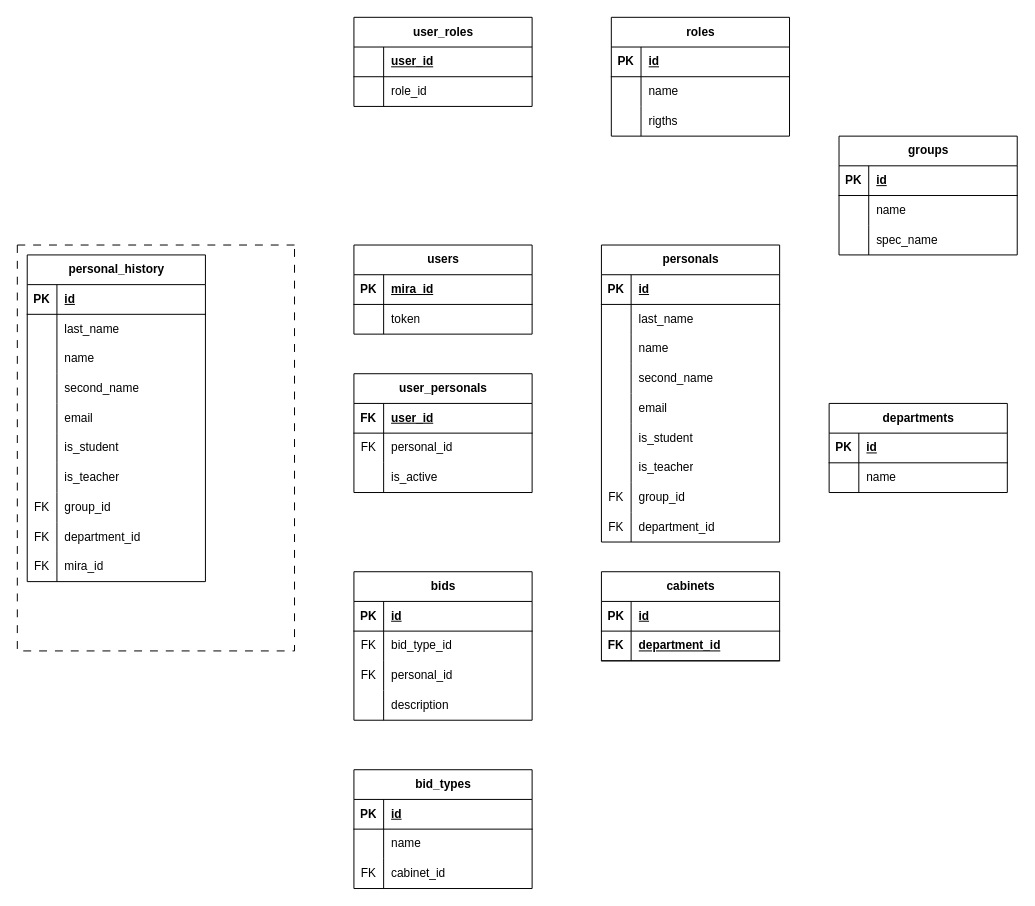
The draw.io diagram support_enitity.drawio in RiotRebellion/drawio-assets, before the edit. Source tidied: cells renumbered, new cells numbered last; positions are measured from the earlier drawing's top-left corner, leaving out a move shared by most shapes. Both pictures are drawn from the tidied source at 99%, with x=0, y=0 at pixel (17, 17).
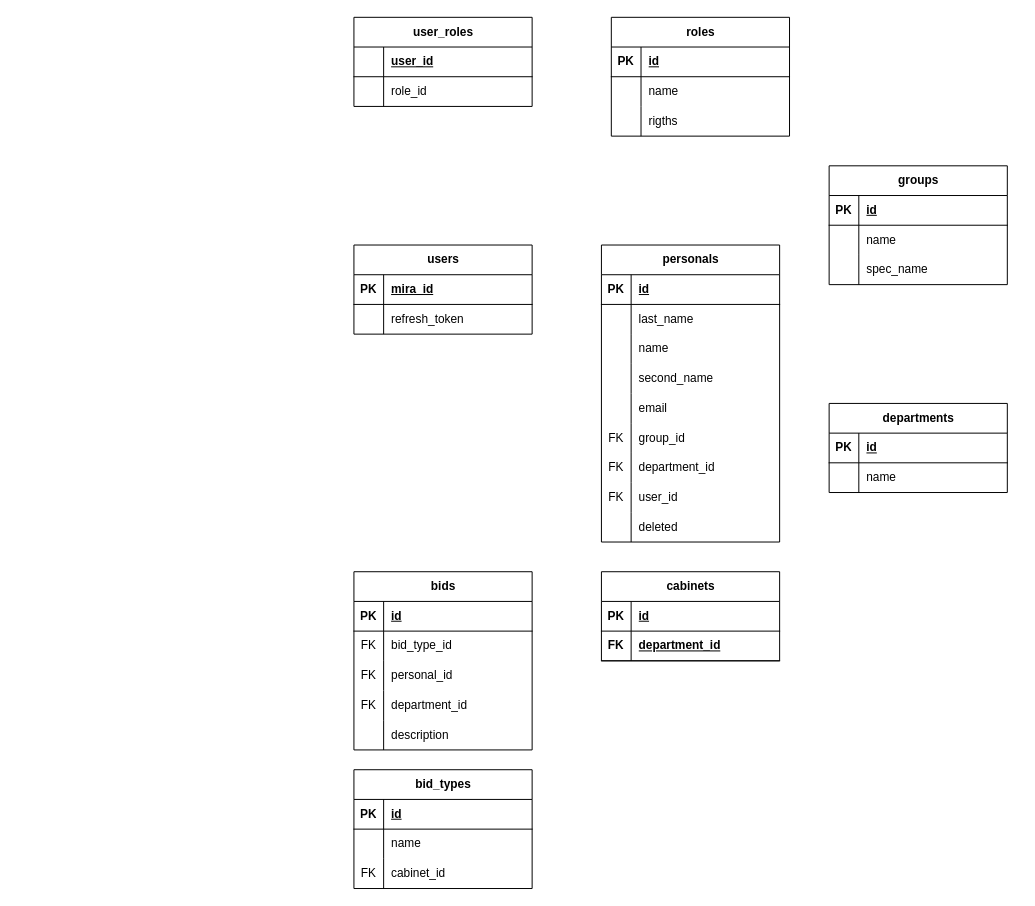
The same page after the edit.

The change refers to these unchanged cells:
```xml
<mxCell id="6" style="shape=tableRow;horizontal=0;startSize=0;swimlaneHead=0;swimlaneBody=0;fillColor=none;top=0;left=0;right=0;bottom=0;" parent="2" vertex="1">
  <mxGeometry y="60" width="180" height="30" as="geometry" />
</mxCell>
<mxCell id="9" value="personals" style="shape=table;startSize=30;childLayout=tableLayout;rowLines=0;fontStyle=1;align=center;html=1;" parent="1" vertex="1">
  <mxGeometry x="590" y="230" width="180" height="300" as="geometry" />
</mxCell>
```

Diff of the diagram source:
```diff
@@
-    <mxCell id="8" value="token" style="shape=partialRectangle;fillColor=none;top=0;left=0;bottom=0;right=0;align=left;spacingLeft=6;overflow=hidden;whiteSpace=wrap;html=1;" parent="6" vertex="1">
+    <mxCell id="8" value="refresh_token" style="shape=partialRectangle;fillColor=none;top=0;left=0;bottom=0;right=0;align=left;spacingLeft=6;overflow=hidden;whiteSpace=wrap;html=1;" parent="6" vertex="1">
       <mxGeometry x="30" width="150" height="30" as="geometry" />
     </mxCell>
@@
-    <mxCell id="25" style="shape=tableRow;horizontal=0;startSize=0;swimlaneHead=0;swimlaneBody=0;fillColor=none;top=0;left=0;right=0;bottom=0;" parent="9" vertex="1">
-      <mxGeometry y="180" width="180" height="30" as="geometry" />
-    </mxCell>
-    <mxCell id="26" style="shape=partialRectangle;fillColor=none;top=0;left=0;bottom=0;right=0;overflow=hidden;whiteSpace=wrap;html=1;" parent="25" vertex="1">
-      <mxGeometry width="30" height="30" as="geometry" />
-    </mxCell>
-    <mxCell id="27" value="is_student" style="shape=partialRectangle;fillColor=none;top=0;left=0;bottom=0;right=0;align=left;spacingLeft=6;overflow=hidden;whiteSpace=wrap;html=1;" parent="25" vertex="1">
-      <mxGeometry x="30" width="150" height="30" as="geometry" />
-    </mxCell>
-    <mxCell id="28" style="shape=tableRow;horizontal=0;startSize=0;swimlaneHead=0;swimlaneBody=0;fillColor=none;top=0;left=0;right=0;bottom=0;" parent="9" vertex="1">
-      <mxGeometry y="210" width="180" height="30" as="geometry" />
-    </mxCell>
-    <mxCell id="29" style="shape=partialRectangle;fillColor=none;top=0;left=0;bottom=0;right=0;overflow=hidden;whiteSpace=wrap;html=1;" parent="28" vertex="1">
-      <mxGeometry width="30" height="30" as="geometry" />
-    </mxCell>
-    <mxCell id="30" value="is_teacher" style="shape=partialRectangle;fillColor=none;top=0;left=0;bottom=0;right=0;align=left;spacingLeft=6;overflow=hidden;whiteSpace=wrap;html=1;" parent="28" vertex="1">
-      <mxGeometry x="30" width="150" height="30" as="geometry" />
-    </mxCell>
     <mxCell id="31" style="shape=tableRow;horizontal=0;startSize=0;swimlaneHead=0;swimlaneBody=0;fillColor=none;top=0;left=0;right=0;bottom=0;" parent="9" vertex="1">
-      <mxGeometry y="240" width="180" height="30" as="geometry" />
+      <mxGeometry y="180" width="180" height="30" as="geometry" />
     </mxCell>
@@
     <mxCell id="34" style="shape=tableRow;horizontal=0;startSize=0;swimlaneHead=0;swimlaneBody=0;fillColor=none;top=0;left=0;right=0;bottom=0;" parent="9" vertex="1">
-      <mxGeometry y="270" width="180" height="30" as="geometry" />
+      <mxGeometry y="210" width="180" height="30" as="geometry" />
     </mxCell>
@@
-    <mxCell id="37" value="personal_history" style="shape=table;startSize=30;childLayout=tableLayout;rowLines=0;fontStyle=1;align=center;html=1;" parent="1" vertex="1">
-      <mxGeometry x="10" y="240" width="180" height="330" as="geometry" />
-    </mxCell>
-    <mxCell id="38" style="shape=tableRow;horizontal=0;startSize=0;swimlaneHead=0;swimlaneBody=0;fillColor=none;top=0;left=0;right=0;bottom=1;" parent="37" vertex="1">
-      <mxGeometry y="30" width="180" height="30" as="geometry" />
-    </mxCell>
-    <mxCell id="39" value="PK" style="shape=partialRectangle;fillColor=none;top=0;left=0;bottom=0;right=0;fontStyle=1;overflow=hidden;whiteSpace=wrap;html=1;" parent="38" vertex="1">
-      <mxGeometry width="30" height="30" as="geometry" />
-    </mxCell>
-    <mxCell id="40" value="id" style="shape=partialRectangle;fillColor=none;top=0;left=0;bottom=0;right=0;align=left;spacingLeft=6;fontStyle=5;overflow=hidden;whiteSpace=wrap;html=1;" parent="38" vertex="1">
-      <mxGeometry x="30" width="150" height="30" as="geometry" />
-    </mxCell>
-    <mxCell id="41" style="shape=tableRow;horizontal=0;startSize=0;swimlaneHead=0;swimlaneBody=0;fillColor=none;top=0;left=0;right=0;bottom=0;" parent="37" vertex="1">
-      <mxGeometry y="60" width="180" height="30" as="geometry" />
-    </mxCell>
-    <mxCell id="42" style="shape=partialRectangle;fillColor=none;top=0;left=0;bottom=0;right=0;overflow=hidden;whiteSpace=wrap;html=1;" parent="41" vertex="1">
-      <mxGeometry width="30" height="30" as="geometry" />
-    </mxCell>
-    <mxCell id="43" value="last_name" style="shape=partialRectangle;fillColor=none;top=0;left=0;bottom=0;right=0;align=left;spacingLeft=6;overflow=hidden;whiteSpace=wrap;html=1;" parent="41" vertex="1">
-      <mxGeometry x="30" width="150" height="30" as="geometry" />
-    </mxCell>
-    <mxCell id="44" style="shape=tableRow;horizontal=0;startSize=0;swimlaneHead=0;swimlaneBody=0;fillColor=none;top=0;left=0;right=0;bottom=0;" parent="37" vertex="1">
-      <mxGeometry y="90" width="180" height="30" as="geometry" />
-    </mxCell>
-    <mxCell id="45" style="shape=partialRectangle;fillColor=none;top=0;left=0;bottom=0;right=0;overflow=hidden;whiteSpace=wrap;html=1;" parent="44" vertex="1">
-      <mxGeometry width="30" height="30" as="geometry" />
-    </mxCell>
-    <mxCell id="46" value="name" style="shape=partialRectangle;fillColor=none;top=0;left=0;bottom=0;right=0;align=left;spacingLeft=6;overflow=hidden;whiteSpace=wrap;html=1;" parent="44" vertex="1">
-      <mxGeometry x="30" width="150" height="30" as="geometry" />
-    </mxCell>
-    <mxCell id="47" style="shape=tableRow;horizontal=0;startSize=0;swimlaneHead=0;swimlaneBody=0;fillColor=none;top=0;left=0;right=0;bottom=0;" parent="37" vertex="1">
-      <mxGeometry y="120" width="180" height="30" as="geometry" />
-    </mxCell>
-    <mxCell id="48" style="shape=partialRectangle;fillColor=none;top=0;left=0;bottom=0;right=0;overflow=hidden;whiteSpace=wrap;html=1;" parent="47" vertex="1">
-      <mxGeometry width="30" height="30" as="geometry" />
-    </mxCell>
-    <mxCell id="49" value="second_name" style="shape=partialRectangle;fillColor=none;top=0;left=0;bottom=0;right=0;align=left;spacingLeft=6;overflow=hidden;whiteSpace=wrap;html=1;" parent="47" vertex="1">
-      <mxGeometry x="30" width="150" height="30" as="geometry" />
-    </mxCell>
-    <mxCell id="50" style="shape=tableRow;horizontal=0;startSize=0;swimlaneHead=0;swimlaneBody=0;fillColor=none;top=0;left=0;right=0;bottom=0;" parent="37" vertex="1">
-      <mxGeometry y="150" width="180" height="30" as="geometry" />
-    </mxCell>
-    <mxCell id="51" style="shape=partialRectangle;fillColor=none;top=0;left=0;bottom=0;right=0;overflow=hidden;whiteSpace=wrap;html=1;" parent="50" vertex="1">
-      <mxGeometry width="30" height="30" as="geometry" />
-    </mxCell>
-    <mxCell id="52" value="email" style="shape=partialRectangle;fillColor=none;top=0;left=0;bottom=0;right=0;align=left;spacingLeft=6;overflow=hidden;whiteSpace=wrap;html=1;" parent="50" vertex="1">
-      <mxGeometry x="30" width="150" height="30" as="geometry" />
-    </mxCell>
-    <mxCell id="53" style="shape=tableRow;horizontal=0;startSize=0;swimlaneHead=0;swimlaneBody=0;fillColor=none;top=0;left=0;right=0;bottom=0;" parent="37" vertex="1">
-      <mxGeometry y="180" width="180" height="30" as="geometry" />
-    </mxCell>
-    <mxCell id="54" style="shape=partialRectangle;fillColor=none;top=0;left=0;bottom=0;right=0;overflow=hidden;whiteSpace=wrap;html=1;" parent="53" vertex="1">
-      <mxGeometry width="30" height="30" as="geometry" />
-    </mxCell>
-    <mxCell id="55" value="is_student" style="shape=partialRectangle;fillColor=none;top=0;left=0;bottom=0;right=0;align=left;spacingLeft=6;overflow=hidden;whiteSpace=wrap;html=1;" parent="53" vertex="1">
-      <mxGeometry x="30" width="150" height="30" as="geometry" />
-    </mxCell>
-    <mxCell id="56" style="shape=tableRow;horizontal=0;startSize=0;swimlaneHead=0;swimlaneBody=0;fillColor=none;top=0;left=0;right=0;bottom=0;" parent="37" vertex="1">
-      <mxGeometry y="210" width="180" height="30" as="geometry" />
-    </mxCell>
-    <mxCell id="57" style="shape=partialRectangle;fillColor=none;top=0;left=0;bottom=0;right=0;overflow=hidden;whiteSpace=wrap;html=1;" parent="56" vertex="1">
-      <mxGeometry width="30" height="30" as="geometry" />
-    </mxCell>
-    <mxCell id="58" value="is_teacher" style="shape=partialRectangle;fillColor=none;top=0;left=0;bottom=0;right=0;align=left;spacingLeft=6;overflow=hidden;whiteSpace=wrap;html=1;" parent="56" vertex="1">
-      <mxGeometry x="30" width="150" height="30" as="geometry" />
-    </mxCell>
-    <mxCell id="59" style="shape=tableRow;horizontal=0;startSize=0;swimlaneHead=0;swimlaneBody=0;fillColor=none;top=0;left=0;right=0;bottom=0;" parent="37" vertex="1">
+    <mxCell id="59" style="shape=tableRow;horizontal=0;startSize=0;swimlaneHead=0;swimlaneBody=0;fillColor=none;top=0;left=0;right=0;bottom=0;" parent="9" vertex="1">
       <mxGeometry y="240" width="180" height="30" as="geometry" />
     </mxCell>
-    <mxCell id="60" value="FK" style="shape=partialRectangle;fillColor=none;top=0;left=0;bottom=0;right=0;overflow=hidden;whiteSpace=wrap;html=1;" parent="59" vertex="1">
-      <mxGeometry width="30" height="30" as="geometry" />
-    </mxCell>
-    <mxCell id="61" value="group_id&lt;span style=&quot;white-space: pre;&quot;&gt;&#9;&lt;/span&gt;" style="shape=partialRectangle;fillColor=none;top=0;left=0;bottom=0;right=0;align=left;spacingLeft=6;overflow=hidden;whiteSpace=wrap;html=1;" parent="59" vertex="1">
-      <mxGeometry x="30" width="150" height="30" as="geometry" />
-    </mxCell>
+    <mxCell id="143" value="FK" style="shape=partialRectangle;fillColor=none;top=0;left=0;bottom=0;right=0;overflow=hidden;whiteSpace=wrap;html=1;" parent="59" vertex="1">
+      <mxGeometry width="30" height="30" as="geometry" />
+    </mxCell>
+    <mxCell id="136" value="user_id" style="shape=partialRectangle;fillColor=none;top=0;left=0;bottom=0;right=0;align=left;spacingLeft=6;overflow=hidden;whiteSpace=wrap;html=1;" parent="59" vertex="1">
+      <mxGeometry x="30" width="150" height="30" as="geometry" />
+    </mxCell>
-    <mxCell id="62" style="shape=tableRow;horizontal=0;startSize=0;swimlaneHead=0;swimlaneBody=0;fillColor=none;top=0;left=0;right=0;bottom=0;" parent="37" vertex="1">
+    <mxCell id="62" style="shape=tableRow;horizontal=0;startSize=0;swimlaneHead=0;swimlaneBody=0;fillColor=none;top=0;left=0;right=0;bottom=0;" parent="9" vertex="1">
       <mxGeometry y="270" width="180" height="30" as="geometry" />
     </mxCell>
-    <mxCell id="63" value="FK" style="shape=partialRectangle;fillColor=none;top=0;left=0;bottom=0;right=0;overflow=hidden;whiteSpace=wrap;html=1;" parent="62" vertex="1">
-      <mxGeometry width="30" height="30" as="geometry" />
-    </mxCell>
-    <mxCell id="64" value="department_id" style="shape=partialRectangle;fillColor=none;top=0;left=0;bottom=0;right=0;align=left;spacingLeft=6;overflow=hidden;whiteSpace=wrap;html=1;" parent="62" vertex="1">
-      <mxGeometry x="30" width="150" height="30" as="geometry" />
-    </mxCell>
-    <mxCell id="65" style="shape=tableRow;horizontal=0;startSize=0;swimlaneHead=0;swimlaneBody=0;fillColor=none;top=0;left=0;right=0;bottom=0;" parent="37" vertex="1">
-      <mxGeometry y="300" width="180" height="30" as="geometry" />
-    </mxCell>
-    <mxCell id="66" value="FK" style="shape=partialRectangle;fillColor=none;top=0;left=0;bottom=0;right=0;overflow=hidden;whiteSpace=wrap;html=1;" parent="65" vertex="1">
-      <mxGeometry width="30" height="30" as="geometry" />
-    </mxCell>
-    <mxCell id="67" value="mira_id" style="shape=partialRectangle;fillColor=none;top=0;left=0;bottom=0;right=0;align=left;spacingLeft=6;overflow=hidden;whiteSpace=wrap;html=1;" parent="65" vertex="1">
-      <mxGeometry x="30" width="150" height="30" as="geometry" />
-    </mxCell>
+    <mxCell id="144" style="shape=partialRectangle;fillColor=none;top=0;left=0;bottom=0;right=0;overflow=hidden;whiteSpace=wrap;html=1;" parent="62" vertex="1">
+      <mxGeometry width="30" height="30" as="geometry" />
+    </mxCell>
+    <mxCell id="145" value="deleted" style="shape=partialRectangle;fillColor=none;top=0;left=0;bottom=0;right=0;align=left;spacingLeft=6;overflow=hidden;whiteSpace=wrap;html=1;" parent="62" vertex="1">
+      <mxGeometry x="30" width="150" height="30" as="geometry" />
+    </mxCell>
     <mxCell id="68" value="groups" style="shape=table;startSize=30;childLayout=tableLayout;rowLines=0;fontStyle=1;align=center;html=1;" parent="1" vertex="1">
-      <mxGeometry x="830" y="120" width="180" height="120" as="geometry" />
+      <mxGeometry x="820" y="150" width="180" height="120" as="geometry" />
     </mxCell>
@@
-    <mxCell id="85" style="swimlane;startSize=0;dashed=1;dashPattern=8 8;" parent="1" vertex="1">
-      <mxGeometry y="230" width="280" height="410" as="geometry" />
-    </mxCell>
     <mxCell id="86" value="bids" style="shape=table;startSize=30;childLayout=tableLayout;rowLines=0;fontStyle=1;align=center;html=1;" parent="1" vertex="1">
-      <mxGeometry x="340" y="560" width="180" height="150" as="geometry" />
+      <mxGeometry x="340" y="560" width="180" height="180" as="geometry" />
     </mxCell>
@@
+    <mxCell id="47" style="shape=tableRow;horizontal=0;startSize=0;swimlaneHead=0;swimlaneBody=0;fillColor=none;top=0;left=0;right=0;bottom=0;" parent="86" vertex="1">
+      <mxGeometry y="120" width="180" height="30" as="geometry" />
+    </mxCell>
+    <mxCell id="146" value="FK" style="shape=partialRectangle;fillColor=none;top=0;left=0;bottom=0;right=0;overflow=hidden;whiteSpace=wrap;html=1;" parent="47" vertex="1">
+      <mxGeometry width="30" height="30" as="geometry" />
+    </mxCell>
+    <mxCell id="64" value="&lt;div&gt;department_id&lt;/div&gt;" style="shape=partialRectangle;fillColor=none;top=0;left=0;bottom=0;right=0;align=left;spacingLeft=6;overflow=hidden;whiteSpace=wrap;html=1;" parent="47" vertex="1">
+      <mxGeometry x="30" width="150" height="30" as="geometry" />
+    </mxCell>
     <mxCell id="96" style="shape=tableRow;horizontal=0;startSize=0;swimlaneHead=0;swimlaneBody=0;fillColor=none;top=0;left=0;right=0;bottom=0;" parent="86" vertex="1">
-      <mxGeometry y="120" width="180" height="30" as="geometry" />
+      <mxGeometry y="150" width="180" height="30" as="geometry" />
     </mxCell>
@@
-    <mxCell id="133" value="&lt;div&gt;user_personals&lt;/div&gt;" style="shape=table;startSize=30;childLayout=tableLayout;rowLines=0;fontStyle=1;align=center;html=1;" parent="1" vertex="1">
-      <mxGeometry x="340" y="360" width="180" height="120" as="geometry" />
-    </mxCell>
-    <mxCell id="134" style="shape=tableRow;horizontal=0;startSize=0;swimlaneHead=0;swimlaneBody=0;fillColor=none;top=0;left=0;right=0;bottom=1;" parent="133" vertex="1">
-      <mxGeometry y="30" width="180" height="30" as="geometry" />
-    </mxCell>
-    <mxCell id="135" value="FK" style="shape=partialRectangle;fillColor=none;top=0;left=0;bottom=0;right=0;fontStyle=1;overflow=hidden;whiteSpace=wrap;html=1;" parent="134" vertex="1">
-      <mxGeometry width="30" height="30" as="geometry" />
-    </mxCell>
-    <mxCell id="136" value="user_id" style="shape=partialRectangle;fillColor=none;top=0;left=0;bottom=0;right=0;align=left;spacingLeft=6;fontStyle=5;overflow=hidden;whiteSpace=wrap;html=1;" parent="134" vertex="1">
-      <mxGeometry x="30" width="150" height="30" as="geometry" />
-    </mxCell>
-    <mxCell id="137" style="shape=tableRow;horizontal=0;startSize=0;swimlaneHead=0;swimlaneBody=0;fillColor=none;top=0;left=0;right=0;bottom=0;" parent="133" vertex="1">
-      <mxGeometry y="60" width="180" height="30" as="geometry" />
-    </mxCell>
-    <mxCell id="138" value="FK" style="shape=partialRectangle;fillColor=none;top=0;left=0;bottom=0;right=0;overflow=hidden;whiteSpace=wrap;html=1;" parent="137" vertex="1">
-      <mxGeometry width="30" height="30" as="geometry" />
-    </mxCell>
-    <mxCell id="139" value="personal_id" style="shape=partialRectangle;fillColor=none;top=0;left=0;bottom=0;right=0;align=left;spacingLeft=6;overflow=hidden;whiteSpace=wrap;html=1;" parent="137" vertex="1">
-      <mxGeometry x="30" width="150" height="30" as="geometry" />
-    </mxCell>
-    <mxCell id="140" style="shape=tableRow;horizontal=0;startSize=0;swimlaneHead=0;swimlaneBody=0;fillColor=none;top=0;left=0;right=0;bottom=0;" parent="133" vertex="1">
-      <mxGeometry y="90" width="180" height="30" as="geometry" />
-    </mxCell>
-    <mxCell id="141" style="shape=partialRectangle;fillColor=none;top=0;left=0;bottom=0;right=0;overflow=hidden;whiteSpace=wrap;html=1;" parent="140" vertex="1">
-      <mxGeometry width="30" height="30" as="geometry" />
-    </mxCell>
-    <mxCell id="142" value="is_active" style="shape=partialRectangle;fillColor=none;top=0;left=0;bottom=0;right=0;align=left;spacingLeft=6;overflow=hidden;whiteSpace=wrap;html=1;" parent="140" vertex="1">
-      <mxGeometry x="30" width="150" height="30" as="geometry" />
-    </mxCell>
```
